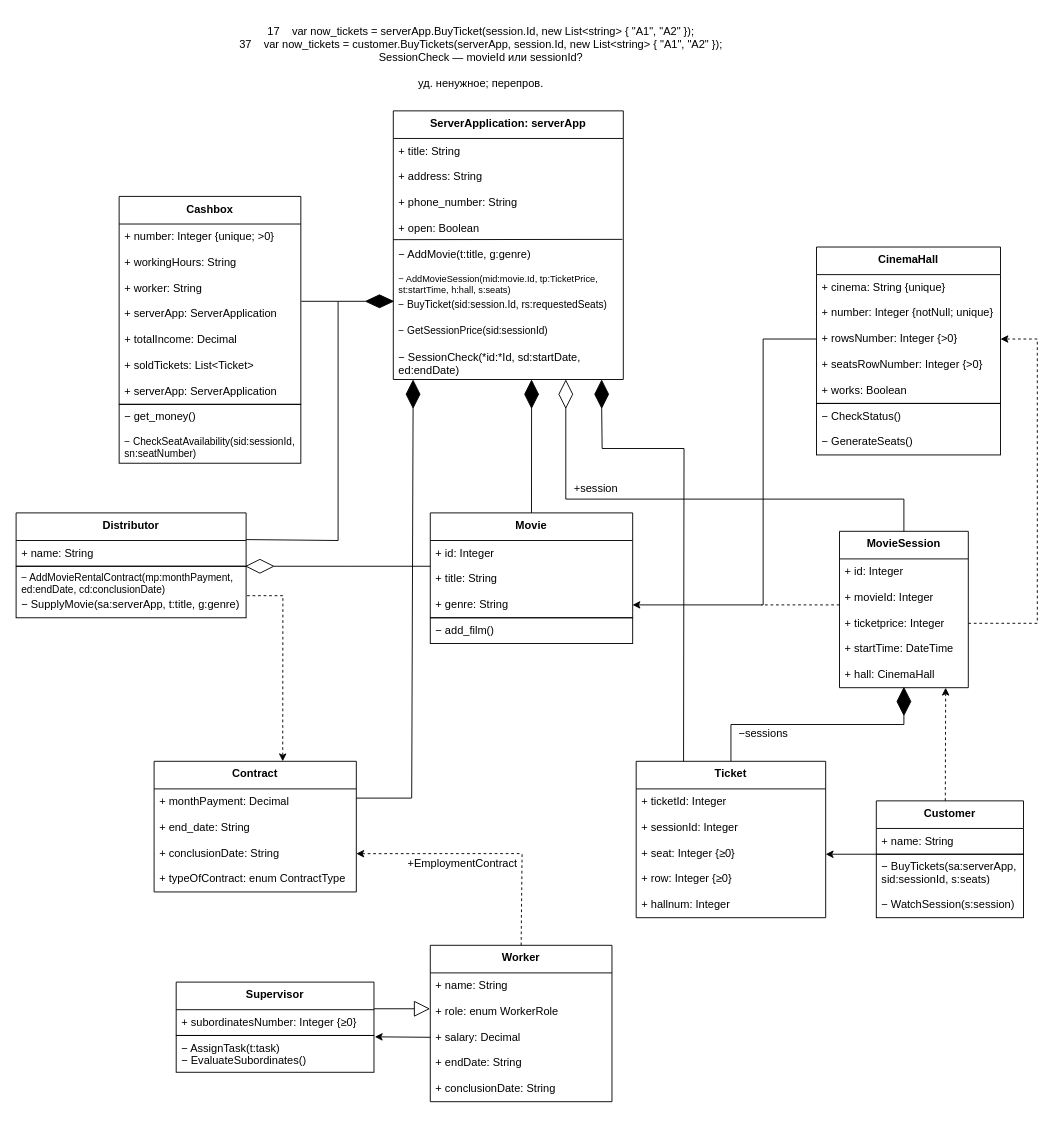
Before: Диаграмма классов.drawio in ANDaniell/-design-practice, a draw.io diagram. Source tidied: cells renumbered, new cells numbered last; positions are measured from the earlier drawing's top-left corner, leaving out a move shared by most shapes. Both pictures are drawn from the tidied source at 92%, with x=0, y=0 at pixel (16, 16).
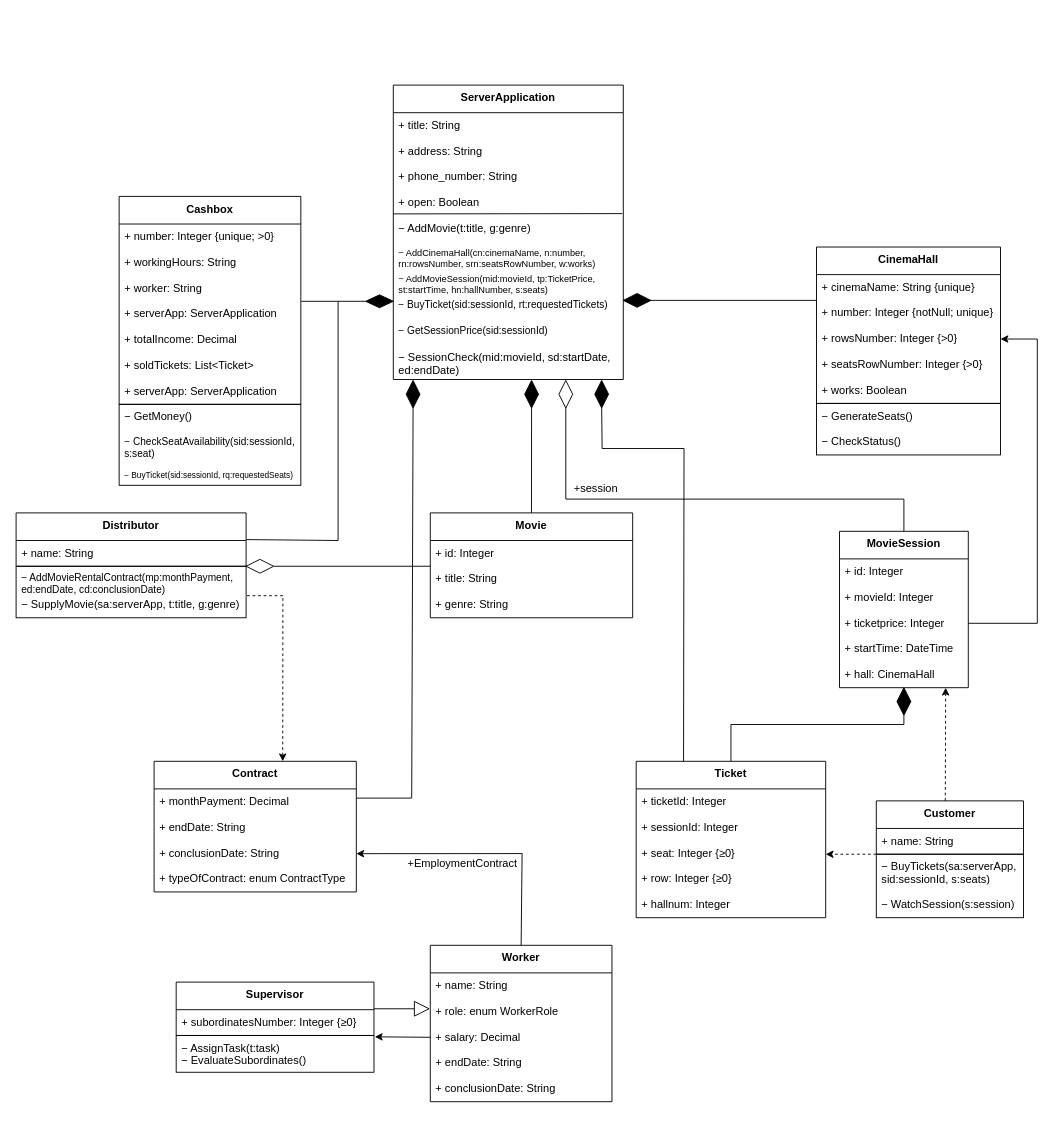
The same diagram, later.

The change refers to these unchanged cells:
```xml
<mxCell id="17" value="CinemaHall" style="swimlane;fontStyle=1;align=center;verticalAlign=top;horizontal=1;startSize=30;" parent="1" vertex="1">
  <mxGeometry x="870" y="251" width="200" height="170" as="geometry" />
</mxCell>
<mxCell id="20" value="+ rowsNumber: Integer {&gt;0}" style="text;strokeColor=none;fillColor=none;align=left;verticalAlign=top;spacingLeft=4;spacingRight=4;overflow=hidden;points=[[0,0.5],[1,0.5]];portConstraint=eastwest;" parent="17" vertex="1">
  <mxGeometry y="86" width="200" height="28" as="geometry" />
</mxCell>
<mxCell id="30" value="+ movieId: Integer" style="text;strokeColor=none;fillColor=none;align=left;verticalAlign=top;spacingLeft=4;spacingRight=4;overflow=hidden;points=[[0,0.5],[1,0.5]];portConstraint=eastwest;" parent="28" vertex="1">
  <mxGeometry y="58" width="140" height="28" as="geometry" />
</mxCell>
<mxCell id="31" value="+ ticketprice: Integer" style="text;strokeColor=none;fillColor=none;align=left;verticalAlign=top;spacingLeft=4;spacingRight=4;overflow=hidden;points=[[0,0.5],[1,0.5]];portConstraint=eastwest;" parent="28" vertex="1">
  <mxGeometry y="86" width="140" height="28" as="geometry" />
</mxCell>
<mxCell id="42" value="Worker" style="swimlane;fontStyle=1;align=center;verticalAlign=top;horizontal=1;startSize=30;" parent="1" vertex="1">
  <mxGeometry x="450.2" y="1010" width="197.5" height="170" as="geometry" />
</mxCell>
<mxCell id="48" value="Contract" style="swimlane;fontStyle=1;align=center;verticalAlign=top;horizontal=1;startSize=30;" parent="1" vertex="1">
  <mxGeometry x="150" y="810" width="219.8" height="142" as="geometry" />
</mxCell>
```

Change to the diagram source:
```diff
@@
-    <mxCell id="6" value="ServerApplication: serverApp" style="swimlane;fontStyle=1;align=center;verticalAlign=top;horizontal=1;startSize=30;" parent="1" vertex="1">
-      <mxGeometry x="410" y="103" width="250" height="292" as="geometry" />
+    <mxCell id="6" value="ServerApplication" style="swimlane;fontStyle=1;align=center;verticalAlign=top;horizontal=1;startSize=30;" parent="1" vertex="1">
+      <mxGeometry x="410" y="75" width="250" height="320" as="geometry" />
     </mxCell>
@@
+    <mxCell id="108" value="− AddMovie(t:title, g:genre)" style="text;strokeColor=none;fillColor=none;align=left;verticalAlign=top;spacingLeft=4;spacingRight=4;overflow=hidden;" parent="6" vertex="1">
+      <mxGeometry y="142" width="250" height="28" as="geometry" />
+    </mxCell>
-    <mxCell id="12" value="− AddMovie(t:title, g:genre)" style="text;strokeColor=none;fillColor=none;align=left;verticalAlign=top;spacingLeft=4;spacingRight=4;overflow=hidden;" parent="6" vertex="1">
-      <mxGeometry y="142" width="250" height="28" as="geometry" />
+    <mxCell id="12" value="− AddCinemaHall(cn:cinemaName, n:number,&#10;rn:rowsNumber, srn:seatsRowNumber, w:works)" style="text;strokeColor=none;fillColor=none;align=left;verticalAlign=top;spacingLeft=4;spacingRight=4;overflow=hidden;fontSize=10;" parent="6" vertex="1">
+      <mxGeometry y="170" width="250" height="28" as="geometry" />
     </mxCell>
-    <mxCell id="13" value="− AddMovieSession(mid:movie.Id, tp:TicketPrice,&#10;st:startTime, h:hall, s:seats)" style="text;strokeColor=none;fillColor=none;align=left;verticalAlign=top;spacingLeft=4;spacingRight=4;overflow=hidden;fontSize=10;" parent="6" vertex="1">
-      <mxGeometry y="170" width="250" height="28" as="geometry" />
+    <mxCell id="13" value="− AddMovieSession(mid:movieId, tp:TicketPrice,&#10;st:startTime, hn:hallNumber, s:seats)" style="text;strokeColor=none;fillColor=none;align=left;verticalAlign=top;spacingLeft=4;spacingRight=4;overflow=hidden;fontSize=10;" parent="6" vertex="1">
+      <mxGeometry y="198" width="250" height="28" as="geometry" />
     </mxCell>
-    <mxCell id="14" value="− BuyTicket(sid:session.Id, rs:requestedSeats)" style="text;strokeColor=none;fillColor=none;align=left;verticalAlign=top;spacingLeft=4;spacingRight=4;overflow=hidden;fontSize=11;" parent="6" vertex="1">
-      <mxGeometry y="198" width="250" height="28" as="geometry" />
+    <mxCell id="14" value="− BuyTicket(sid:sessionId, rt:requestedTickets)" style="text;strokeColor=none;fillColor=none;align=left;verticalAlign=top;spacingLeft=4;spacingRight=4;overflow=hidden;fontSize=11;" parent="6" vertex="1">
+      <mxGeometry y="226" width="250" height="28" as="geometry" />
     </mxCell>
     <mxCell id="15" value="− GetSessionPrice(sid:sessionId)" style="text;strokeColor=none;fillColor=none;align=left;verticalAlign=top;spacingLeft=4;spacingRight=4;overflow=hidden;fontSize=11;" parent="6" vertex="1">
-      <mxGeometry y="226" width="250" height="28" as="geometry" />
+      <mxGeometry y="254" width="250" height="28" as="geometry" />
     </mxCell>
-    <mxCell id="16" value="− SessionCheck(*id:*Id, sd:startDate,&#10;ed:endDate)" style="text;strokeColor=none;fillColor=none;align=left;verticalAlign=top;spacingLeft=4;spacingRight=4;overflow=hidden;fontSize=12;" parent="6" vertex="1">
-      <mxGeometry y="254" width="250" height="38" as="geometry" />
+    <mxCell id="16" value="− SessionCheck(mid:movieId, sd:startDate,&#10;ed:endDate)" style="text;strokeColor=none;fillColor=none;align=left;verticalAlign=top;spacingLeft=4;spacingRight=4;overflow=hidden;fontSize=12;" parent="6" vertex="1">
+      <mxGeometry y="282" width="250" height="38" as="geometry" />
     </mxCell>
@@
-    <mxCell id="18" value="+ cinema: String {unique}" style="text;strokeColor=none;fillColor=none;align=left;verticalAlign=top;spacingLeft=4;spacingRight=4;overflow=hidden;" parent="17" vertex="1">
+    <mxCell id="18" value="+ cinemaName: String {unique}" style="text;strokeColor=none;fillColor=none;align=left;verticalAlign=top;spacingLeft=4;spacingRight=4;overflow=hidden;" parent="17" vertex="1">
       <mxGeometry y="30" width="200" height="28" as="geometry" />
     </mxCell>
@@
-    <mxCell id="50" value="+ end_date: String" style="text;strokeColor=none;fillColor=none;align=left;verticalAlign=top;spacingLeft=4;spacingRight=4;overflow=hidden;" parent="48" vertex="1">
+    <mxCell id="50" value="+ endDate: String" style="text;strokeColor=none;fillColor=none;align=left;verticalAlign=top;spacingLeft=4;spacingRight=4;overflow=hidden;" parent="48" vertex="1">
       <mxGeometry y="58" width="219.8" height="28" as="geometry" />
     </mxCell>
@@
-    <mxCell id="58" style="endArrow=classic;html=1;rounded=0;exitX=0;exitY=0.5;exitDx=0;exitDy=0;entryX=1;entryY=0.5;entryDx=0;entryDy=0;" parent="1" edge="1">
+    <mxCell id="58" style="endArrow=classic;html=1;rounded=0;exitX=0;exitY=0.5;exitDx=0;exitDy=0;entryX=1;entryY=0.5;entryDx=0;entryDy=0;dashed=1;" parent="1" edge="1">
       <mxGeometry relative="1" as="geometry">
         <mxPoint x="935" y="911" as="sourcePoint" />
         <mxPoint x="880" y="911" as="targetPoint" />
       </mxGeometry>
     </mxCell>
@@
     <mxCell id="67" style="rounded=0;whiteSpace=wrap;html=1;fillColor=none;" parent="1" vertex="1">
-      <mxGeometry x="112" y="422" width="197.5" height="64" as="geometry" />
+      <mxGeometry x="112" y="422" width="197.5" height="88" as="geometry" />
     </mxCell>
-    <mxCell id="68" value="− get_money()" style="text;strokeColor=none;fillColor=none;align=left;verticalAlign=top;spacingLeft=4;spacingRight=4;overflow=hidden;" parent="1" vertex="1">
+    <mxCell id="68" value="− GetMoney()" style="text;strokeColor=none;fillColor=none;align=left;verticalAlign=top;spacingLeft=4;spacingRight=4;overflow=hidden;" parent="1" vertex="1">
       <mxGeometry x="112" y="422" width="197.5" height="28" as="geometry" />
     </mxCell>
-    <mxCell id="69" style="rounded=0;whiteSpace=wrap;html=1;fillColor=none;" parent="1" vertex="1">
-      <mxGeometry x="450.2" y="654" width="220" height="28" as="geometry" />
-    </mxCell>
-    <mxCell id="70" value="− add_film()" style="text;strokeColor=none;fillColor=none;align=left;verticalAlign=top;spacingLeft=4;spacingRight=4;overflow=hidden;" parent="1" vertex="1">
-      <mxGeometry x="450.2" y="654" width="220" height="28" as="geometry" />
-    </mxCell>
     <mxCell id="71" value="− GenerateSeats()" style="text;strokeColor=none;fillColor=none;align=left;verticalAlign=top;spacingLeft=4;spacingRight=4;overflow=hidden;" parent="1" vertex="1">
-      <mxGeometry x="870" y="449" width="200" height="28" as="geometry" />
+      <mxGeometry x="870" y="421" width="200" height="28" as="geometry" />
     </mxCell>
@@
-    <mxCell id="76" style="edgeStyle=orthogonalEdgeStyle;rounded=0;jettySize=auto;html=1;endArrow=none;endFill=0;startArrow=classic;startFill=1;entryX=0;entryY=0.5;entryDx=0;entryDy=0;" parent="1" edge="1" target="20">
-      <mxGeometry relative="1" as="geometry">
-        <mxPoint x="670" y="640" as="sourcePoint" />
-        <Array as="points">
-          <mxPoint x="812" y="640" />
-          <mxPoint x="812" y="351" />
-        </Array>
-      </mxGeometry>
-    </mxCell>
-    <mxCell id="77" style="endArrow=none;dashed=1;html=1;rounded=0;exitX=0;exitY=0.786;exitDx=0;exitDy=0;exitPerimeter=0;" parent="1" edge="1" source="30">
-      <mxGeometry relative="1" as="geometry">
-        <mxPoint x="810" y="640" as="targetPoint" />
-      </mxGeometry>
-    </mxCell>
@@
-    <mxCell id="85" value="−sessions" style="edgeLabel;html=1;align=center;verticalAlign=middle;fontSize=12;" parent="1" vertex="1">
-      <mxGeometry x="806" y="786" as="geometry">
-        <mxPoint x="5" y="-7" as="offset" />
-      </mxGeometry>
-    </mxCell>
@@
-    <mxCell id="88" style="endArrow=none;html=1;rounded=0;startArrow=classic;startFill=1;dashed=1;" parent="1" edge="1">
+    <mxCell id="88" style="endArrow=none;html=1;rounded=0;startArrow=classic;startFill=1;" parent="1" edge="1">
       <mxGeometry relative="1" as="geometry">
         <mxPoint x="369.8" y="910.4" as="sourcePoint" />
         <mxPoint x="550" y="910.3" as="targetPoint" />
       </mxGeometry>
     </mxCell>
-    <mxCell id="89" style="endArrow=none;html=1;rounded=0;exitX=0.5;exitY=0;exitDx=0;exitDy=0;startArrow=none;startFill=0;dashed=1;" parent="1" edge="1" source="42">
+    <mxCell id="89" style="endArrow=none;html=1;rounded=0;exitX=0.5;exitY=0;exitDx=0;exitDy=0;startArrow=none;startFill=0;" parent="1" edge="1" source="42">
       <mxGeometry relative="1" as="geometry">
         <mxPoint x="550" y="910" as="targetPoint" />
       </mxGeometry>
     </mxCell>
@@
-    <mxCell id="99" style="endArrow=classic;dashed=1;html=1;rounded=0;exitX=1;exitY=0.5;exitDx=0;exitDy=0;entryX=1;entryY=0.5;entryDx=0;entryDy=0;endFill=1;" parent="1" edge="1" source="31" target="20">
+    <mxCell id="99" style="endArrow=classic;html=1;rounded=0;exitX=1;exitY=0.5;exitDx=0;exitDy=0;entryX=1;entryY=0.5;entryDx=0;entryDy=0;endFill=1;" parent="1" edge="1" source="31" target="20">
       <mxGeometry relative="1" as="geometry">
         <Array as="points">
           <mxPoint x="1110" y="660" />
           <mxPoint x="1110" y="351" />
         </Array>
       </mxGeometry>
     </mxCell>
@@
     <mxCell id="105" value="− CheckStatus()" style="text;strokeColor=none;fillColor=none;align=left;verticalAlign=top;spacingLeft=4;spacingRight=4;overflow=hidden;" parent="1" vertex="1">
-      <mxGeometry x="870" y="421" width="200" height="28" as="geometry" />
+      <mxGeometry x="870" y="449" width="200" height="28" as="geometry" />
     </mxCell>
-    <mxCell id="106" value="− CheckSeatAvailability(sid:sessionId,&#10;sn:seatNumber)" style="text;strokeColor=none;fillColor=none;align=left;verticalAlign=top;spacingLeft=4;spacingRight=4;overflow=hidden;fontSize=11;" parent="1" vertex="1">
+    <mxCell id="106" value="− CheckSeatAvailability(sid:sessionId,&#10;s:seat)" style="text;strokeColor=none;fillColor=none;align=left;verticalAlign=top;spacingLeft=4;spacingRight=4;overflow=hidden;fontSize=11;" parent="1" vertex="1">
       <mxGeometry x="112" y="450" width="197.5" height="36" as="geometry" />
     </mxCell>
-    <mxCell id="107" value="17&amp;nbsp;&amp;nbsp;&amp;nbsp; var now_tickets = serverApp.BuyTicket(session.Id, new List&amp;lt;string&amp;gt; { &quot;A1&quot;, &quot;A2&quot; });&lt;br&gt;37&amp;nbsp;&amp;nbsp;&amp;nbsp; var now_tickets = customer.BuyTickets(serverApp, session.Id, new List&amp;lt;string&amp;gt; { &quot;A1&quot;, &quot;A2&quot; });&lt;br&gt;SessionCheck — movieId или sessionId?&lt;br&gt;&lt;br&gt;уд. ненужное; перепров." style="text;html=1;align=center;verticalAlign=middle;strokeColor=none;fillColor=none;" parent="1" vertex="1">
-      <mxGeometry x="230" width="550" height="90" as="geometry" />
-    </mxCell>
+    <mxCell id="109" style="rhombus;whiteSpace=wrap;html=1;gradientColor=none;fillStyle=auto;fillColor=#000000;direction=east;" parent="1" vertex="1">
+      <mxGeometry x="660" y="301.5" width="30" height="15" as="geometry" />
+    </mxCell>
+    <mxCell id="110" style="endArrow=none;html=1;rounded=0;entryX=1;entryY=0.5;entryDx=0;entryDy=0;" parent="1" edge="1" target="109">
+      <mxGeometry relative="1" as="geometry">
+        <mxPoint x="870" y="309" as="sourcePoint" />
+      </mxGeometry>
+    </mxCell>
+    <mxCell id="111" value="− BuyTicket(sid:sessionId, rq:requestedSeats)" style="text;strokeColor=none;fillColor=none;align=left;verticalAlign=top;spacingLeft=4;spacingRight=4;overflow=hidden;fontSize=9;" parent="1" vertex="1">
+      <mxGeometry x="112" y="488" width="197.5" height="22" as="geometry" />
+    </mxCell>
```
